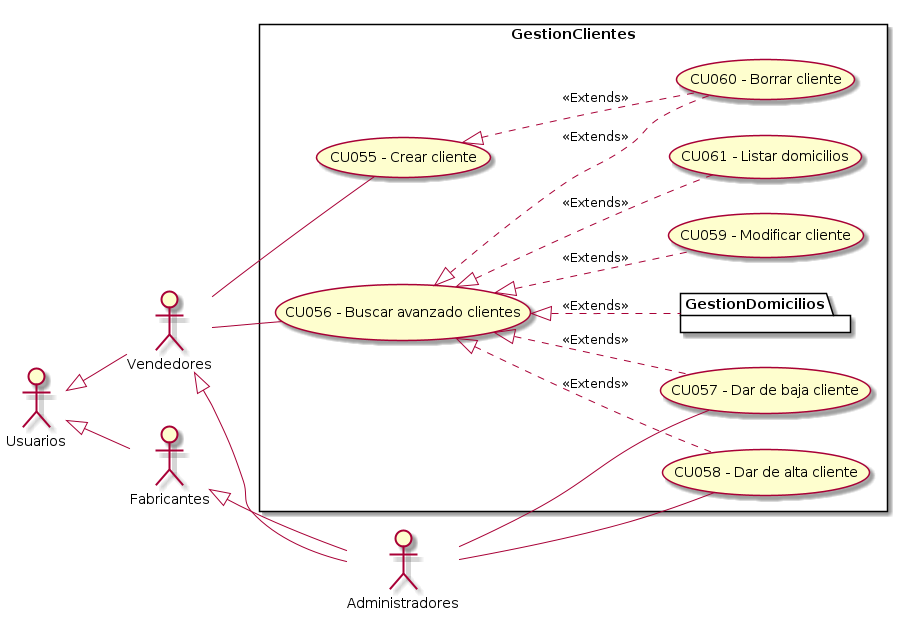
ZMGestion/DocumentacionZMGestion keeps this PlantUML diagram as Informe Final/Imagenes/ModeladoDeCasosDeUso/DiagramaDeCasosDeUso/GestionClientes.png. Above is the earlier version.
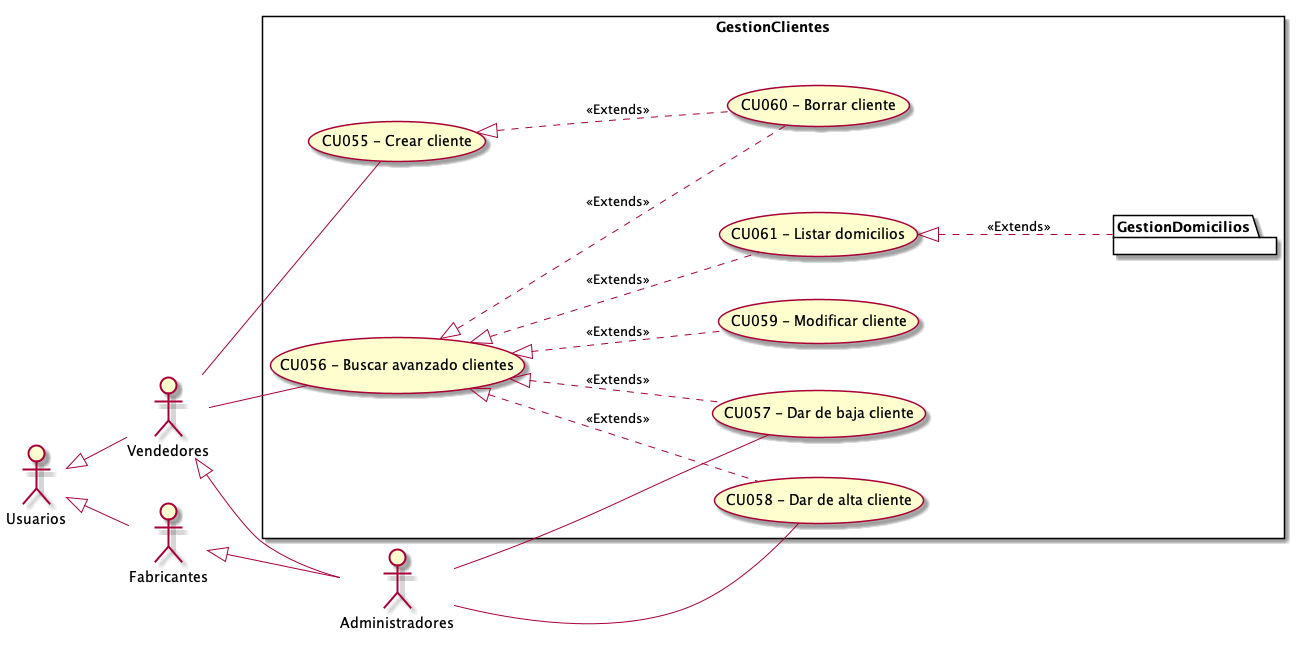
Above is the later version.

The edit, as a diff of the source:
```diff
@@ -28,7 +28,7 @@
     BA <|.. B : <<Extends>>
     C <|.. B : <<Extends>>
     BA <|.. ListarDomicilios : <<Extends>>
-    BA <|.. GestionDomicilios : <<Extends>>
+    ListarDomicilios <|.. GestionDomicilios : <<Extends>>
 }
     Vendedores -- C
     Vendedores -- BA
```
